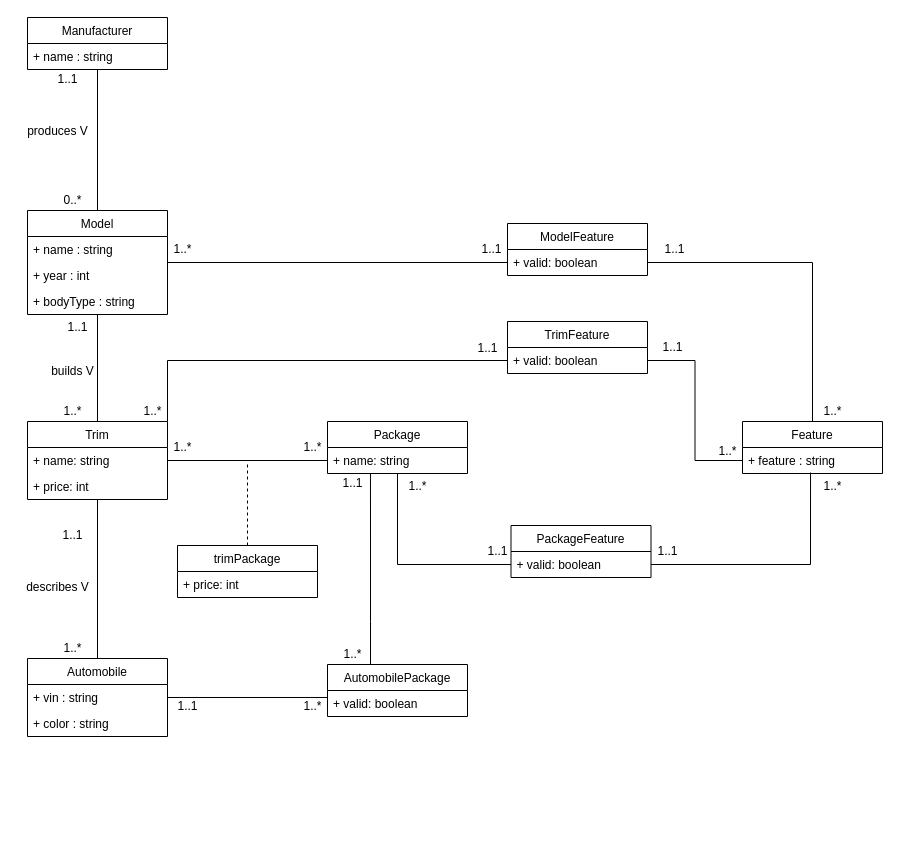
This is page "UML" (1 of 2) of Project 2.drawio from AnthraciteData/CECS-323-, a draw.io file, before an edit. Source tidied: cells renumbered, new cells numbered last; positions are measured from the earlier drawing's top-left corner, leaving out a move shared by most shapes. Both pictures are drawn from the tidied source at 100%, with x=0, y=0 at pixel (17, 17).
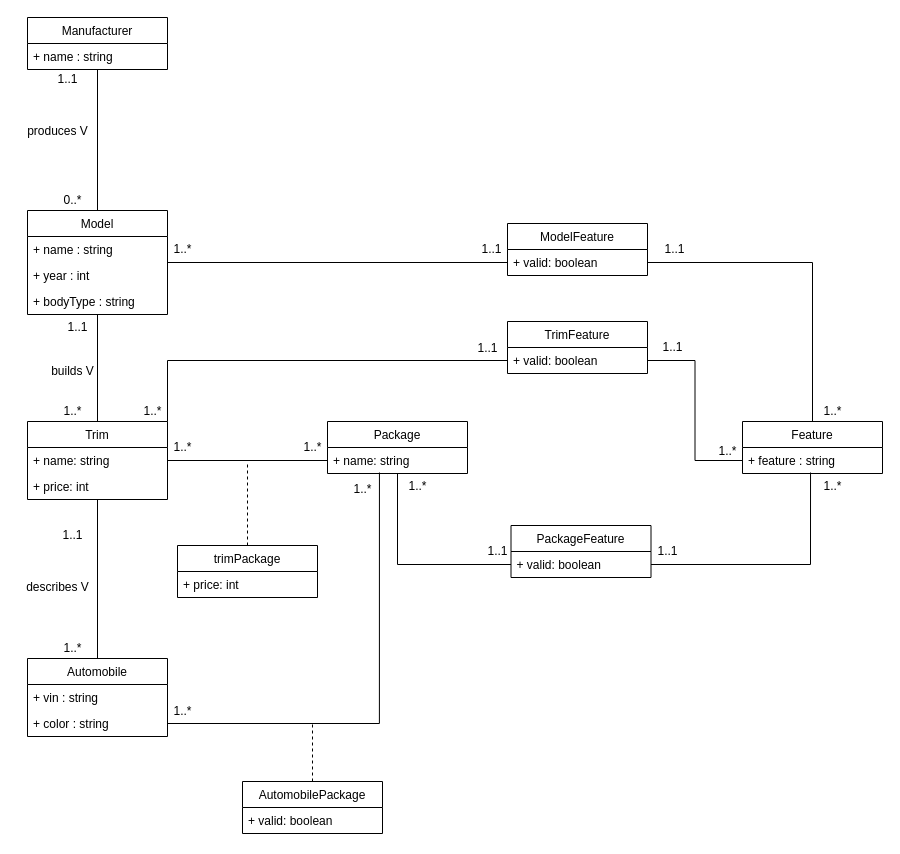
The same page after the edit.

The change refers to these unchanged cells:
```xml
<mxCell id="3" value="+ vin : string" style="text;strokeColor=none;fillColor=none;align=left;verticalAlign=top;spacingLeft=4;spacingRight=4;overflow=hidden;points=[[0,0.5],[1,0.5]];portConstraint=eastwest;" parent="2" vertex="1">
  <mxGeometry y="26" width="140" height="26" as="geometry" />
</mxCell>
<mxCell id="4" value="+ color : string" style="text;strokeColor=none;fillColor=none;align=left;verticalAlign=top;spacingLeft=4;spacingRight=4;overflow=hidden;points=[[0,0.5],[1,0.5]];portConstraint=eastwest;" parent="2" vertex="1">
  <mxGeometry y="52" width="140" height="26" as="geometry" />
</mxCell>
<mxCell id="26" value="+ name: string" style="text;strokeColor=none;fillColor=none;align=left;verticalAlign=top;spacingLeft=4;spacingRight=4;overflow=hidden;points=[[0,0.5],[1,0.5]];portConstraint=eastwest;" parent="25" vertex="1">
  <mxGeometry y="26" width="140" height="26" as="geometry" />
</mxCell>
<mxCell id="59" value="+ valid: boolean" style="text;strokeColor=none;fillColor=none;align=left;verticalAlign=top;spacingLeft=4;spacingRight=4;overflow=hidden;points=[[0,0.5],[1,0.5]];portConstraint=eastwest;" parent="58" vertex="1">
  <mxGeometry y="26" width="140" height="26" as="geometry" />
</mxCell>
```

Diff of the diagram source:
```diff
@@
-    <mxCell id="57" style="edgeStyle=orthogonalEdgeStyle;rounded=0;jettySize=auto;html=1;entryX=0.307;entryY=1;entryDx=0;entryDy=0;entryPerimeter=0;endArrow=none;endFill=0;" parent="1" edge="1" source="58" target="26">
-      <mxGeometry relative="1" as="geometry">
-        <Array as="points">
-          <mxPoint x="353" y="604" />
-          <mxPoint x="353" y="604" />
-        </Array>
-      </mxGeometry>
-    </mxCell>
+    <mxCell id="68" style="edgeStyle=orthogonalEdgeStyle;rounded=0;jettySize=auto;html=1;exitX=0.5;exitY=0;exitDx=0;exitDy=0;endArrow=none;endFill=0;dashed=1;" parent="1" edge="1" source="58">
+      <mxGeometry relative="1" as="geometry">
+        <mxPoint x="295" y="704" as="targetPoint" />
+      </mxGeometry>
+    </mxCell>
     <mxCell id="58" value="AutomobilePackage" style="swimlane;fontStyle=0;horizontal=1;startSize=26;fillColor=none;" parent="1" vertex="1">
-      <mxGeometry x="310" y="647" width="140" height="52" as="geometry" />
+      <mxGeometry x="225" y="764" width="140" height="52" as="geometry" />
     </mxCell>
@@
-    <mxCell id="60" style="edgeStyle=orthogonalEdgeStyle;rounded=0;jettySize=auto;html=1;entryX=0;entryY=0.269;entryDx=0;entryDy=0;entryPerimeter=0;endArrow=none;endFill=0;" parent="1" edge="1" source="3" target="59">
-      <mxGeometry relative="1" as="geometry" />
-    </mxCell>
-    <mxCell id="61" value="1..1" style="text;html=1;align=center;verticalAlign=middle;strokeColor=none;fillColor=none;" parent="1" vertex="1">
-      <mxGeometry x="150" y="679" width="40" height="20" as="geometry" />
-    </mxCell>
-    <mxCell id="62" value="1..1" style="text;html=1;align=center;verticalAlign=middle;strokeColor=none;fillColor=none;" parent="1" vertex="1">
-      <mxGeometry x="315" y="456" width="40" height="20" as="geometry" />
-    </mxCell>
     <mxCell id="63" value="1..*" style="text;html=1;align=center;verticalAlign=middle;strokeColor=none;fillColor=none;" parent="1" vertex="1">
-      <mxGeometry x="280" y="679" width="30" height="20" as="geometry" />
+      <mxGeometry x="150" y="684" width="30" height="20" as="geometry" />
     </mxCell>
     <mxCell id="64" value="1..*" style="text;html=1;align=center;verticalAlign=middle;strokeColor=none;fillColor=none;" parent="1" vertex="1">
-      <mxGeometry x="320" y="627" width="30" height="20" as="geometry" />
+      <mxGeometry x="330" y="462" width="30" height="20" as="geometry" />
     </mxCell>
@@
+    <mxCell id="69" style="edgeStyle=orthogonalEdgeStyle;rounded=0;jettySize=auto;html=1;exitX=1;exitY=0.5;exitDx=0;exitDy=0;entryX=0.371;entryY=0.962;entryDx=0;entryDy=0;entryPerimeter=0;endArrow=none;endFill=0;" parent="1" edge="1" source="4" target="26">
+      <mxGeometry relative="1" as="geometry" />
+    </mxCell>
```
